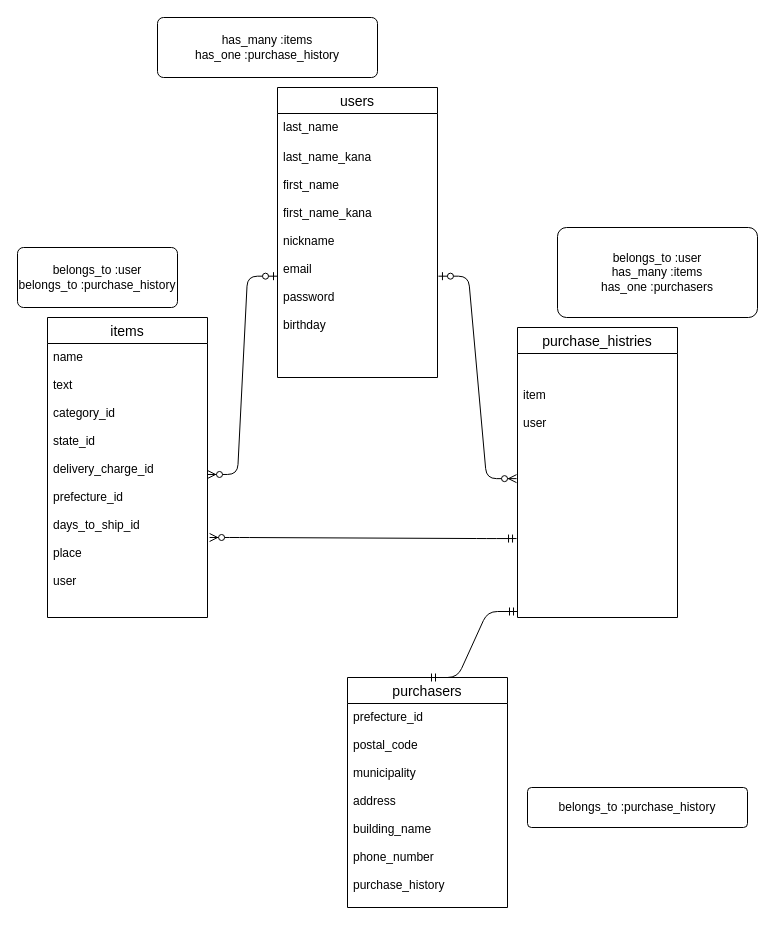
Earlier version of the draw.io diagram furima-36112.dio (masuhiro-takumi/furima-36112). Source tidied: cells renumbered, new cells numbered last; positions are measured from the earlier drawing's top-left corner, leaving out a move shared by most shapes. Both pictures are drawn from the tidied source at 100%, with x=0, y=0 at pixel (17, 17).
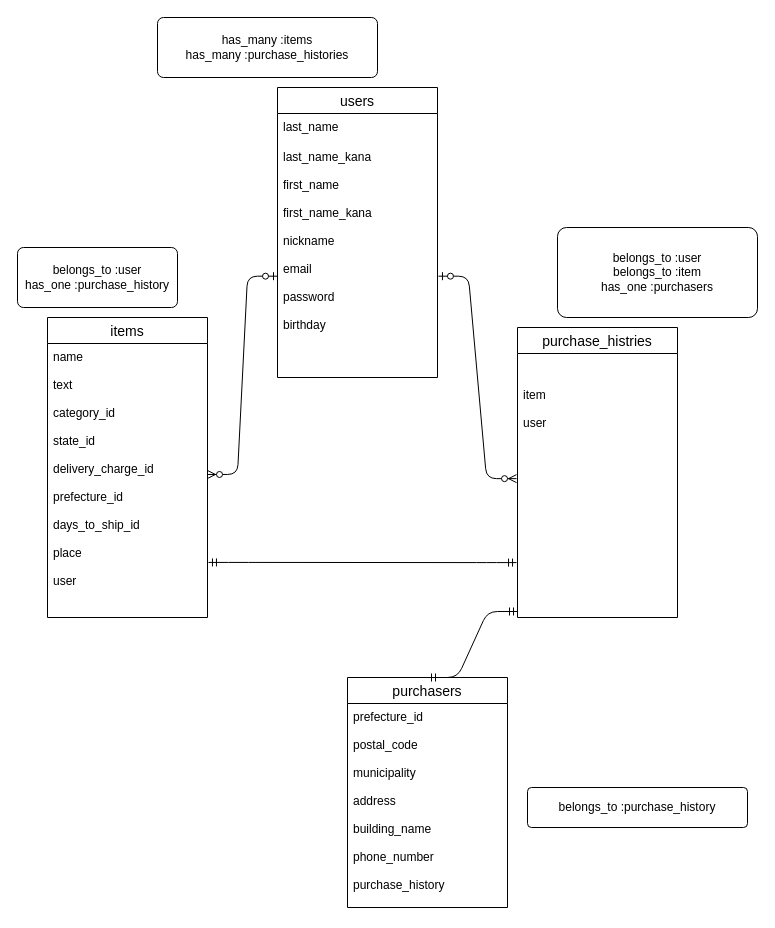
The same page after the edit.

Change to the diagram source:
```diff
@@
 <mxGraphModel>
   <root>
     <mxCell id="0" />
     <mxCell id="1" parent="0" />
     <mxCell id="2" value="users" style="swimlane;fontStyle=0;horizontal=1;startSize=26;align=center;fontSize=14;" parent="1" vertex="1">
       <mxGeometry x="260" y="70" width="160" height="290" as="geometry" />
     </mxCell>
     <mxCell id="3" value="last_name&#10;&#10;&#10;&#10;&#10;&#10;&#10;" style="text;strokeColor=none;fillColor=none;spacingLeft=4;spacingRight=4;overflow=hidden;fontSize=12;" parent="2" vertex="1">
       <mxGeometry y="26" width="160" height="30" as="geometry" />
     </mxCell>
     <mxCell id="4" value="last_name_kana&#10;&#10;first_name&#10;&#10;first_name_kana&#10;&#10;nickname&#10;&#10;email&#10;&#10;password&#10;&#10;birthday" style="text;strokeColor=none;fillColor=none;spacingLeft=4;spacingRight=4;overflow=hidden;points=[[0,0.5],[1,0.5]];portConstraint=eastwest;fontSize=12;" parent="2" vertex="1">
       <mxGeometry y="56" width="160" height="234" as="geometry" />
     </mxCell>
     <mxCell id="5" value="items" style="swimlane;fontStyle=0;horizontal=1;startSize=26;align=center;fontSize=14;" parent="1" vertex="1">
       <mxGeometry x="30" y="300" width="160" height="300" as="geometry" />
     </mxCell>
     <mxCell id="6" value="name&#10;&#10;text&#10;&#10;category_id&#10;&#10;state_id&#10;&#10;delivery_charge_id&#10;&#10;prefecture_id&#10;&#10;days_to_ship_id&#10;&#10;place&#10;&#10;user&#10;&#10;&#10;&#10;&#10;&#10;&#10;&#10;" style="text;strokeColor=none;fillColor=none;spacingLeft=4;spacingRight=4;overflow=hidden;points=[[0,0.5],[1,0.5]];portConstraint=eastwest;fontSize=12;" parent="5" vertex="1">
       <mxGeometry y="26" width="160" height="274" as="geometry" />
     </mxCell>
     <mxCell id="7" value="purchase_histries" style="swimlane;fontStyle=0;horizontal=1;startSize=26;align=center;fontSize=14;" parent="1" vertex="1">
       <mxGeometry x="500" y="310" width="160" height="290" as="geometry" />
     </mxCell>
     <mxCell id="8" value="&#10;&#10;item&#10;&#10;user" style="text;strokeColor=none;fillColor=none;spacingLeft=4;spacingRight=4;overflow=hidden;points=[[0,0.5],[1,0.5]];portConstraint=eastwest;fontSize=12;" parent="7" vertex="1">
       <mxGeometry y="26" width="160" height="264" as="geometry" />
     </mxCell>
     <mxCell id="9" style="edgeStyle=entityRelationEdgeStyle;fontSize=12;html=1;endArrow=ERzeroToMany;startArrow=ERzeroToOne;exitX=1.006;exitY=0.567;exitDx=0;exitDy=0;exitPerimeter=0;entryX=-0.006;entryY=0.474;entryDx=0;entryDy=0;entryPerimeter=0;" parent="1" edge="1" source="4" target="8">
       <mxGeometry relative="1" as="geometry" />
     </mxCell>
     <mxCell id="10" style="edgeStyle=entityRelationEdgeStyle;fontSize=12;html=1;endArrow=ERzeroToMany;startArrow=ERzeroToOne;exitX=0;exitY=0.567;exitDx=0;exitDy=0;exitPerimeter=0;entryX=1;entryY=0.478;entryDx=0;entryDy=0;entryPerimeter=0;" parent="1" edge="1" source="4" target="6">
       <mxGeometry relative="1" as="geometry" />
     </mxCell>
-    <mxCell id="11" value="belongs_to :user&lt;br&gt;belongs_to :purchase_history" style="rounded=1;arcSize=10;whiteSpace=wrap;html=1;align=center;" parent="1" vertex="1">
+    <mxCell id="11" value="belongs_to :user&lt;br&gt;has_one :purchase_history" style="rounded=1;arcSize=10;whiteSpace=wrap;html=1;align=center;" parent="1" vertex="1">
       <mxGeometry y="230" width="160" height="60" as="geometry" />
     </mxCell>
-    <mxCell id="12" value="belongs_to :user&lt;br&gt;has_many :items&lt;br&gt;has_one :purchasers" style="rounded=1;arcSize=10;whiteSpace=wrap;html=1;align=center;" parent="1" vertex="1">
+    <mxCell id="12" value="belongs_to :user&lt;br&gt;belongs_to :item&lt;br&gt;has_one :purchasers" style="rounded=1;arcSize=10;whiteSpace=wrap;html=1;align=center;" parent="1" vertex="1">
       <mxGeometry x="540" y="210" width="200" height="90" as="geometry" />
     </mxCell>
-    <mxCell id="13" value="&lt;span&gt;has_many :items&lt;/span&gt;&lt;br&gt;&lt;span&gt;has_one :purchase_history&lt;/span&gt;" style="rounded=1;arcSize=10;whiteSpace=wrap;html=1;align=center;" parent="1" vertex="1">
+    <mxCell id="13" value="&lt;span&gt;has_many :items&lt;/span&gt;&lt;br&gt;&lt;span&gt;has_many :purchase_histories&lt;/span&gt;" style="rounded=1;arcSize=10;whiteSpace=wrap;html=1;align=center;" parent="1" vertex="1">
       <mxGeometry x="140" width="220" height="60" as="geometry" />
     </mxCell>
     <mxCell id="14" value="purchasers" style="swimlane;fontStyle=0;horizontal=1;startSize=26;align=center;fontSize=14;" parent="1" vertex="1">
       <mxGeometry x="330" y="660" width="160" height="230" as="geometry" />
     </mxCell>
     <mxCell id="15" value="prefecture_id&#10;&#10;postal_code&#10;&#10;municipality&#10;&#10;address&#10;&#10;building_name&#10;&#10;phone_number&#10;&#10;purchase_history&#10;&#10;" style="text;strokeColor=none;fillColor=none;spacingLeft=4;spacingRight=4;overflow=hidden;fontSize=12;" parent="14" vertex="1">
       <mxGeometry y="26" width="160" height="204" as="geometry" />
     </mxCell>
     <mxCell id="16" style="edgeStyle=entityRelationEdgeStyle;fontSize=12;html=1;endArrow=ERmandOne;startArrow=ERmandOne;exitX=0.5;exitY=0;exitDx=0;exitDy=0;" parent="1" edge="1" source="14">
       <mxGeometry relative="1" as="geometry">
         <mxPoint x="500" y="594" as="targetPoint" />
       </mxGeometry>
     </mxCell>
-    <mxCell id="17" style="edgeStyle=entityRelationEdgeStyle;fontSize=12;html=1;endArrow=ERzeroToMany;startArrow=ERmandOne;entryX=1.013;entryY=0.708;entryDx=0;entryDy=0;entryPerimeter=0;exitX=-0.006;exitY=0.701;exitDx=0;exitDy=0;exitPerimeter=0;" parent="1" edge="1" source="8" target="6">
-      <mxGeometry relative="1" as="geometry" />
-    </mxCell>
     <mxCell id="18" value="belongs_to :purchase_history" style="rounded=1;arcSize=10;whiteSpace=wrap;html=1;align=center;" parent="1" vertex="1">
       <mxGeometry x="510" y="770" width="220" height="40" as="geometry" />
     </mxCell>
+    <mxCell id="19" style="edgeStyle=entityRelationEdgeStyle;fontSize=12;html=1;endArrow=ERmandOne;startArrow=ERmandOne;exitX=1.006;exitY=0.799;exitDx=0;exitDy=0;exitPerimeter=0;entryX=-0.006;entryY=0.792;entryDx=0;entryDy=0;entryPerimeter=0;" parent="1" edge="1" source="6" target="8">
+      <mxGeometry relative="1" as="geometry" />
+    </mxCell>
   </root>
 </mxGraphModel>
```
